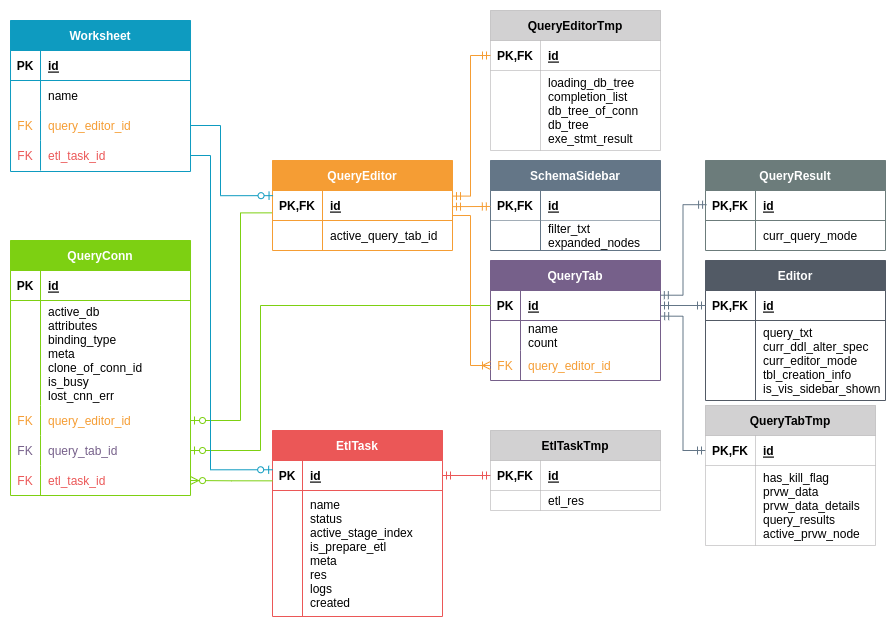
Earlier version of the draw.io export maxgui/images/workspace_orm_diagram.png (mariadb-corporation/MaxScale). Source tidied: cells renumbered, new cells last; positions are measured from the earlier drawing's top-left corner, leaving out a move shared by most shapes.
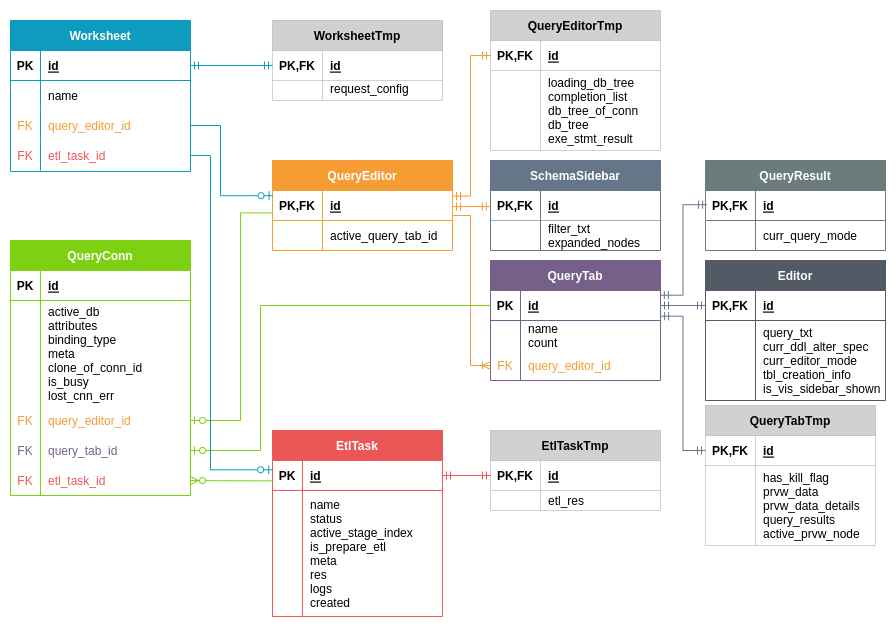
The same file after the commit.

Commit message:
MXS-4430 Simplify `confirm-leave-dlg` and update workspace package document

What changed in the source:
```diff
@@ -353,5 +353,29 @@
     <mxCell id="108" style="fontSize=12;html=1;endArrow=ERzeroToMany;endFill=1;rounded=0;strokeColor=#7DD012;fontColor=#76608A;entryX=1;entryY=0.5;entryDx=0;entryDy=0;exitX=0;exitY=0.678;exitDx=0;exitDy=0;exitPerimeter=0;edgeStyle=orthogonalEdgeStyle;" parent="1" edge="1" source="53" target="32">
       <mxGeometry relative="1" as="geometry" />
     </mxCell>
+    <mxCell id="109" value="WorksheetTmp" style="shape=table;startSize=30;rowLines=0;fontStyle=1;align=center;fillColor=#A6A4A6;strokeColor=#a6a4a6;fontColor=#000000;opacity=50;" parent="1" vertex="1">
+      <mxGeometry x="262" y="10" width="170" height="80" as="geometry" />
+    </mxCell>
+    <mxCell id="110" style="shape=tableRow;horizontal=0;startSize=0;swimlaneHead=0;swimlaneBody=0;fillColor=none;points=[[0,0.5],[1,0.5]];portConstraint=eastwest;top=0;left=0;right=0;bottom=1;labelBorderColor=none;strokeColor=#a6a4a6;opacity=50;" parent="109" vertex="1">
+      <mxGeometry y="30" width="170" height="30" as="geometry" />
+    </mxCell>
+    <mxCell id="111" value="PK,FK" style="shape=partialRectangle;fillColor=none;top=0;left=0;bottom=0;right=0;fontStyle=1;overflow=hidden;labelBorderColor=none;strokeColor=inherit;fontColor=#000000;" parent="110" vertex="1">
+      <mxGeometry width="50" height="30" as="geometry" />
+    </mxCell>
+    <mxCell id="112" value="id" style="shape=partialRectangle;fillColor=none;top=0;left=0;bottom=0;right=0;align=left;spacingLeft=6;fontStyle=5;overflow=hidden;labelBorderColor=none;strokeColor=inherit;fontColor=#000000;" parent="110" vertex="1">
+      <mxGeometry x="50" width="120" height="30" as="geometry" />
+    </mxCell>
+    <mxCell id="113" style="shape=tableRow;horizontal=0;startSize=0;swimlaneHead=0;swimlaneBody=0;fillColor=none;top=0;left=0;right=0;bottom=0;fontColor=#000000;strokeColor=inherit;" parent="109" vertex="1">
+      <mxGeometry y="60" width="170" height="20" as="geometry" />
+    </mxCell>
+    <mxCell id="114" style="shape=partialRectangle;fillColor=none;top=0;left=0;bottom=0;right=0;overflow=hidden;fontColor=#000000;strokeColor=inherit;" parent="113" vertex="1">
+      <mxGeometry width="50" height="20" as="geometry" />
+    </mxCell>
+    <mxCell id="115" value="request_config&#10;&#10;&#10;&#10;" style="shape=partialRectangle;fillColor=none;top=0;left=0;bottom=0;right=0;align=left;spacingLeft=6;overflow=hidden;fontColor=#000000;" parent="113" vertex="1">
+      <mxGeometry x="50" width="120" height="20" as="geometry" />
+    </mxCell>
+    <mxCell id="116" style="fontSize=12;html=1;endArrow=ERmandOne;startArrow=ERmandOne;rounded=0;strokeColor=#0E9BC0;fontColor=#0E9BC0;entryX=0;entryY=0.5;entryDx=0;entryDy=0;exitX=1;exitY=0.5;exitDx=0;exitDy=0;" parent="1" edge="1" source="60" target="110">
+      <mxGeometry relative="1" as="geometry" />
+    </mxCell>
   </root>
 </mxGraphModel>
```
